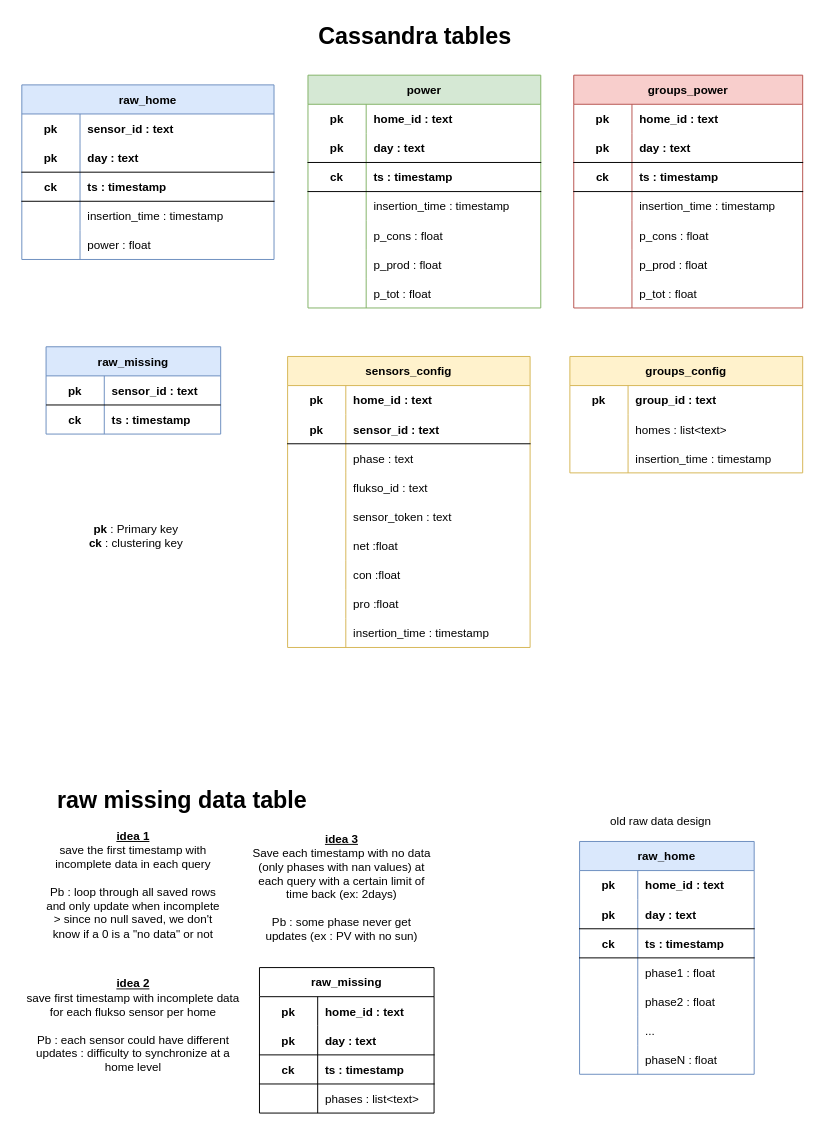
Earlier version of the draw.io diagram page "cassandra tables" (1 of 11) of documentation/documentation_diagrams.drawio (AlexandreHnf/Voisin-d-energie-ULB). Source tidied: cells renumbered, new cells numbered last; positions are measured from the earlier drawing's top-left corner, leaving out a move shared by most shapes. Both pictures are drawn from the tidied source at 97%, with x=0, y=0 at pixel (16, 16).
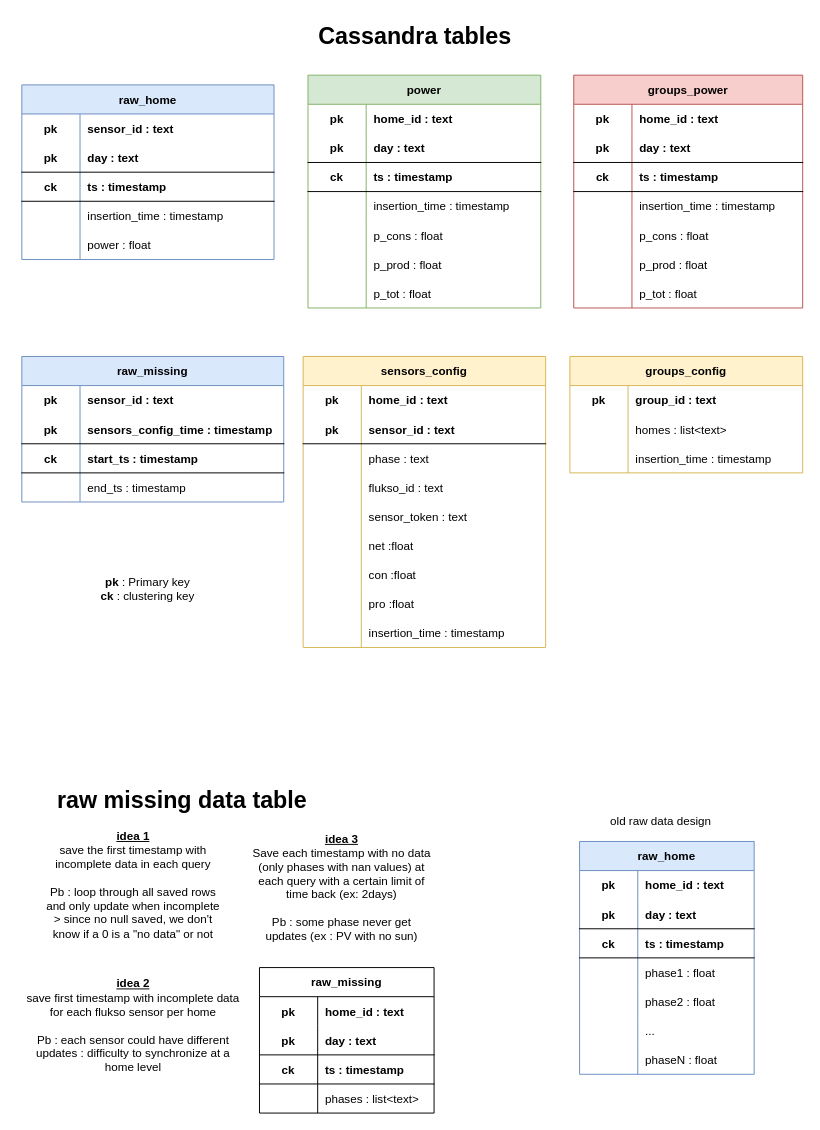
Above is the later version.

Change to the diagram source:
```diff
@@
-    <mxCell id="86" value="raw_missing" style="shape=table;startSize=30;childLayout=tableLayout;rowLines=0;fontStyle=1;align=center;fillColor=#dae8fc;strokeColor=#6c8ebf;" parent="1" vertex="1">
-      <mxGeometry x="30" y="340" width="180" height="90" as="geometry" />
-    </mxCell>
-    <mxCell id="87" style="shape=tableRow;horizontal=0;startSize=0;swimlaneHead=0;swimlaneBody=0;fillColor=none;top=0;left=0;right=0;bottom=0;" parent="86" vertex="1">
-      <mxGeometry y="30" width="180" height="30" as="geometry" />
-    </mxCell>
-    <mxCell id="88" value="pk" style="shape=partialRectangle;fillColor=none;top=0;left=0;bottom=0;right=0;fontStyle=1;overflow=hidden;" parent="87" vertex="1">
-      <mxGeometry width="60" height="30" as="geometry" />
-    </mxCell>
-    <mxCell id="89" value="sensor_id : text" style="shape=partialRectangle;fillColor=none;top=0;left=0;bottom=0;right=0;align=left;spacingLeft=6;fontStyle=1;overflow=hidden;" parent="87" vertex="1">
-      <mxGeometry x="60" width="120" height="30" as="geometry" />
-    </mxCell>
-    <mxCell id="90" style="shape=tableRow;horizontal=0;startSize=0;swimlaneHead=0;swimlaneBody=0;fillColor=none;top=0;left=0;right=0;bottom=0;" parent="86" vertex="1">
-      <mxGeometry y="60" width="180" height="30" as="geometry" />
-    </mxCell>
-    <mxCell id="91" value="ck" style="shape=partialRectangle;fillColor=none;top=0;left=0;bottom=0;right=0;overflow=hidden;fontStyle=1;" parent="90" vertex="1">
-      <mxGeometry width="60" height="30" as="geometry" />
-    </mxCell>
-    <mxCell id="92" value="ts : timestamp" style="shape=partialRectangle;fillColor=none;top=0;left=0;bottom=0;right=0;align=left;spacingLeft=6;overflow=hidden;fontStyle=1;" parent="90" vertex="1">
-      <mxGeometry x="60" width="120" height="30" as="geometry" />
-    </mxCell>
     <mxCell id="93" value="sensors_config" style="shape=table;startSize=30;childLayout=tableLayout;rowLines=0;fontStyle=1;align=center;fillColor=#fff2cc;strokeColor=#d6b656;" parent="1" vertex="1">
-      <mxGeometry x="279" y="350" width="250" height="300" as="geometry" />
+      <mxGeometry x="295" y="350" width="250" height="300" as="geometry" />
     </mxCell>
@@
-    <mxCell id="131" style="endArrow=none;html=1;rounded=0;" parent="1" edge="1">
-      <mxGeometry relative="1" as="geometry">
-        <mxPoint x="30" y="400" as="sourcePoint" />
-        <mxPoint x="210" y="400" as="targetPoint" />
-      </mxGeometry>
-    </mxCell>
     <mxCell id="132" value="&lt;div&gt;&lt;b&gt;pk&lt;/b&gt; : Primary key&lt;/div&gt;&lt;div&gt;&lt;b&gt;ck &lt;/b&gt;: clustering key&lt;br&gt;&lt;/div&gt;" style="text;html=1;strokeColor=none;fillColor=none;align=center;verticalAlign=middle;whiteSpace=wrap;rounded=0;" parent="1" vertex="1">
-      <mxGeometry x="60" y="505" width="126" height="60" as="geometry" />
+      <mxGeometry x="72" y="560" width="126" height="60" as="geometry" />
     </mxCell>
@@
+    <mxCell id="86" value="raw_missing" style="shape=table;startSize=30;childLayout=tableLayout;rowLines=0;fontStyle=1;align=center;fillColor=#dae8fc;strokeColor=#6c8ebf;" parent="1" vertex="1">
+      <mxGeometry x="5" y="350" width="270" height="150" as="geometry" />
+    </mxCell>
+    <mxCell id="150" style="shape=tableRow;horizontal=0;startSize=0;swimlaneHead=0;swimlaneBody=0;fillColor=none;top=0;left=0;right=0;bottom=0;" parent="86" vertex="1">
+      <mxGeometry y="30" width="270" height="30" as="geometry" />
+    </mxCell>
+    <mxCell id="151" value="pk" style="shape=partialRectangle;fillColor=none;top=0;left=0;bottom=0;right=0;fontStyle=1;overflow=hidden;" parent="150" vertex="1">
+      <mxGeometry width="60" height="30" as="geometry" />
+    </mxCell>
+    <mxCell id="89" value="sensor_id : text" style="shape=partialRectangle;fillColor=none;top=0;left=0;bottom=0;right=0;align=left;spacingLeft=6;fontStyle=1;overflow=hidden;" parent="150" vertex="1">
+      <mxGeometry x="60" width="210" height="30" as="geometry" />
+    </mxCell>
+    <mxCell id="152" style="shape=tableRow;horizontal=0;startSize=0;swimlaneHead=0;swimlaneBody=0;fillColor=none;top=0;left=0;right=0;bottom=1;" parent="86" vertex="1">
+      <mxGeometry y="60" width="270" height="30" as="geometry" />
+    </mxCell>
+    <mxCell id="153" value="pk" style="shape=partialRectangle;fillColor=none;top=0;left=0;bottom=0;right=0;fontStyle=1;overflow=hidden;" parent="152" vertex="1">
+      <mxGeometry width="60" height="30" as="geometry" />
+    </mxCell>
+    <mxCell id="154" value="sensors_config_time : timestamp" style="shape=partialRectangle;fillColor=none;top=0;left=0;bottom=0;right=0;align=left;spacingLeft=6;fontStyle=1;overflow=hidden;" parent="152" vertex="1">
+      <mxGeometry x="60" width="210" height="30" as="geometry" />
+    </mxCell>
+    <mxCell id="155" style="shape=tableRow;horizontal=0;startSize=0;swimlaneHead=0;swimlaneBody=0;fillColor=none;top=0;left=0;right=0;bottom=1;" parent="86" vertex="1">
+      <mxGeometry y="90" width="270" height="30" as="geometry" />
+    </mxCell>
+    <mxCell id="91" value="ck" style="shape=partialRectangle;fillColor=none;top=0;left=0;bottom=0;right=0;fontStyle=1;overflow=hidden;" parent="155" vertex="1">
+      <mxGeometry width="60" height="30" as="geometry" />
+    </mxCell>
+    <mxCell id="156" value="start_ts : timestamp" style="shape=partialRectangle;fillColor=none;top=0;left=0;bottom=0;right=0;align=left;spacingLeft=6;fontStyle=1;overflow=hidden;" parent="155" vertex="1">
+      <mxGeometry x="60" width="210" height="30" as="geometry" />
+    </mxCell>
+    <mxCell id="157" style="shape=tableRow;horizontal=0;startSize=0;swimlaneHead=0;swimlaneBody=0;fillColor=none;top=0;left=0;right=0;bottom=0;" parent="86" vertex="1">
+      <mxGeometry y="120" width="270" height="30" as="geometry" />
+    </mxCell>
+    <mxCell id="158" style="shape=partialRectangle;fillColor=none;top=0;left=0;bottom=0;right=0;overflow=hidden;" parent="157" vertex="1">
+      <mxGeometry width="60" height="30" as="geometry" />
+    </mxCell>
+    <mxCell id="159" value="end_ts : timestamp" style="shape=partialRectangle;fillColor=none;top=0;left=0;bottom=0;right=0;align=left;spacingLeft=6;overflow=hidden;" parent="157" vertex="1">
+      <mxGeometry x="60" width="210" height="30" as="geometry" />
+    </mxCell>
```
